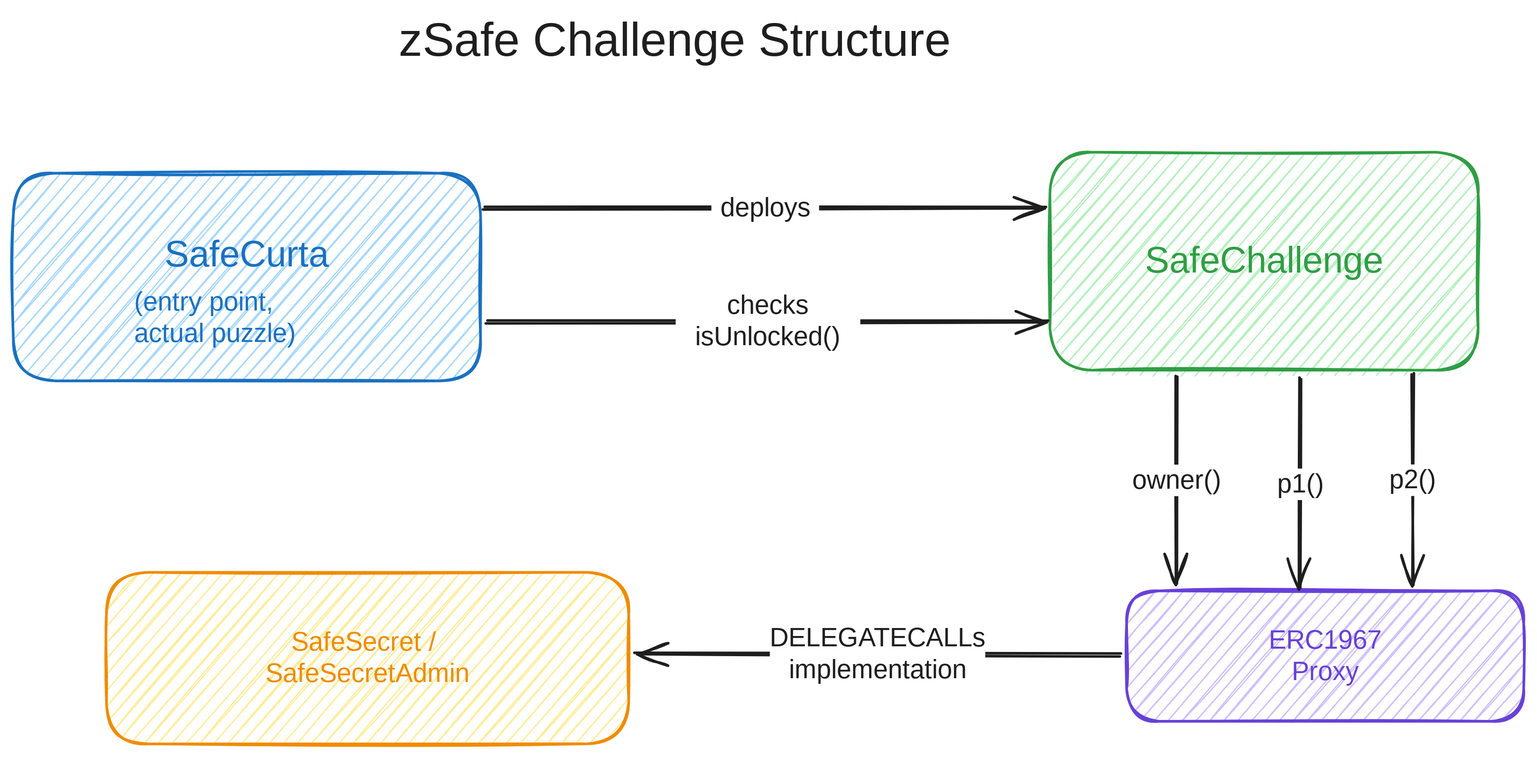
The Excalidraw diagram assets/images/zSafe-challenge-structure.svg in Philogy/philogy.github.io, before a commit. Source tidied: one line per element, renumbered; positions are measured from the earlier drawing's top-left corner, leaving out a move shared by most shapes.
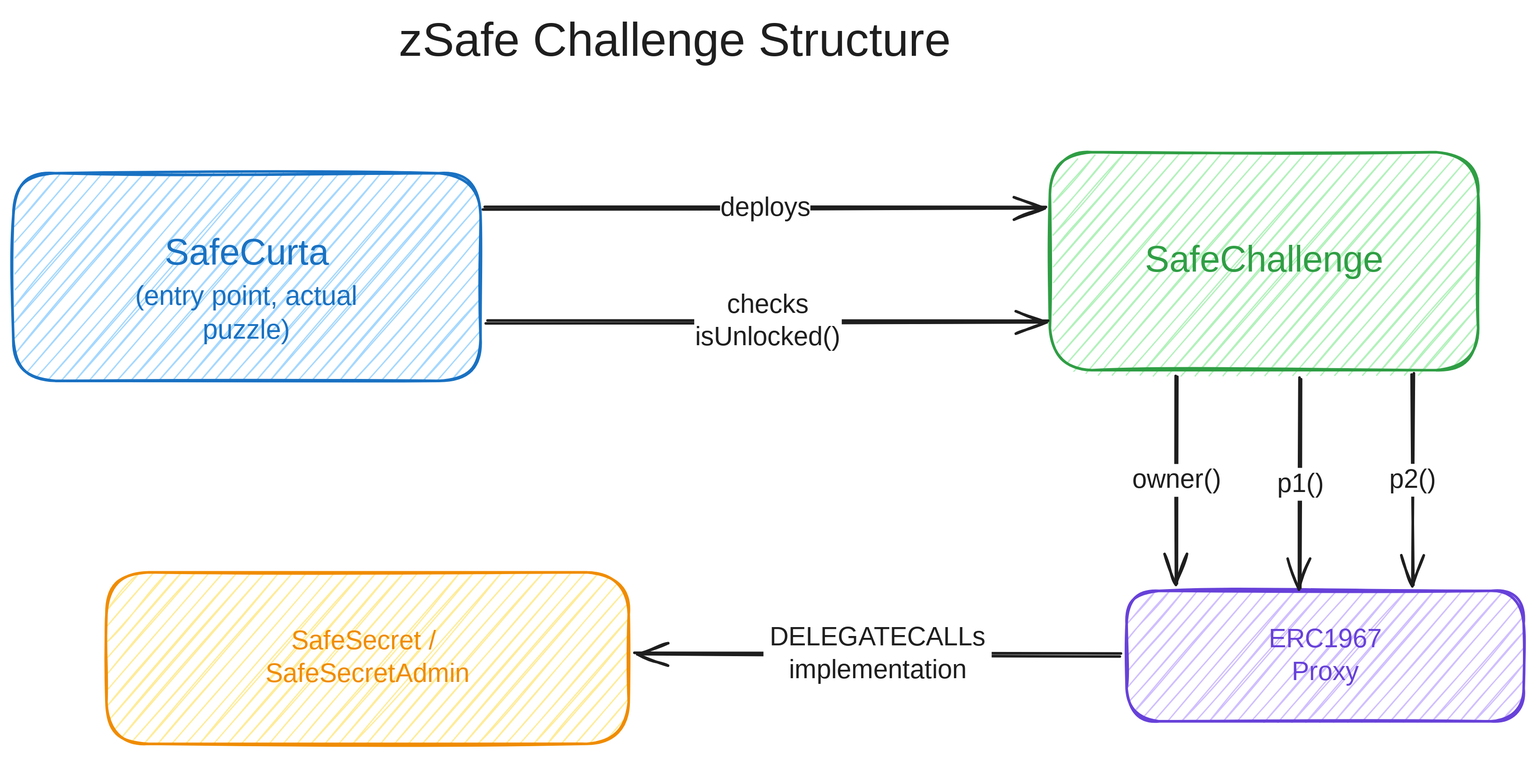
The same file after the commit.

Commit message:
🐛 Fix ugly diagram font

Diff of the diagram source:
```diff
@@ -1,22 +1,22 @@
-{"id": 0, "type": "text", "text": "zSafe Challenge Structure", "strokeColor": "#1e1e1e", "backgroundColor": "#ffec99", "fillStyle": "hachure", "strokeWidth": 2, "strokeStyle": "dashed", "roughness": 1, "fontSize": 36, "fontFamily": 3, "x": 293, "y": 0, "width": 527, "height": 43}
+{"id": 0, "type": "text", "text": "zSafe Challenge Structure", "strokeColor": "#1e1e1e", "backgroundColor": "#ffec99", "fillStyle": "hachure", "strokeWidth": 2, "strokeStyle": "dashed", "roughness": 1, "fontSize": 36, "fontFamily": 1, "x": 293, "y": 0, "width": 470, "height": 45}
 {"id": 1, "type": "rectangle", "strokeColor": "#1971c2", "backgroundColor": "#a5d8ff", "fillStyle": "hachure", "strokeWidth": 2, "roughness": 1, "round": true, "x": 0, "y": 122, "width": 356, "height": 158}
-{"id": 2, "type": "text", "text": "SafeCurta\n", "strokeColor": "#1971c2", "backgroundColor": "#b2f2bb", "fillStyle": "hachure", "strokeWidth": 2, "roughness": 1, "fontSize": 28, "fontFamily": 3, "textAlign": "center", "verticalAlign": "middle", "inside": 1, "x": 104, "y": 167, "width": 148, "height": 67}
+{"id": 2, "type": "text", "text": "SafeCurta\n", "strokeColor": "#1971c2", "backgroundColor": "#b2f2bb", "fillStyle": "hachure", "strokeWidth": 2, "roughness": 1, "fontSize": 28, "fontFamily": 1, "textAlign": "center", "verticalAlign": "middle", "inside": 1, "x": 105, "y": 166, "width": 145, "height": 70}
-{"id": 3, "type": "text", "text": "(entry point,\nactual puzzle)", "strokeColor": "#1971c2", "backgroundColor": "#b2f2bb", "fillStyle": "hachure", "strokeWidth": 2, "roughness": 1, "fontSize": 20, "fontFamily": 3, "x": 92, "y": 208, "width": 164, "height": 48}
+{"id": 3, "type": "text", "text": "(entry point, actual\npuzzle)", "strokeColor": "#1971c2", "backgroundColor": "#b2f2bb", "fillStyle": "hachure", "strokeWidth": 2, "roughness": 1, "fontSize": 20.59, "fontFamily": 1, "textAlign": "center", "x": 78, "y": 204, "width": 199, "height": 51}
 {"id": 4, "type": "rectangle", "strokeColor": "#2f9e44", "backgroundColor": "#b2f2bb", "fillStyle": "hachure", "strokeWidth": 2, "roughness": 1, "round": true, "x": 790, "y": 106, "width": 326, "height": 166}
-{"id": 5, "type": "text", "text": "SafeChallenge", "strokeColor": "#2f9e44", "backgroundColor": "#a5d8ff", "fillStyle": "hachure", "strokeWidth": 2, "roughness": 1, "fontSize": 28, "fontFamily": 3, "textAlign": "center", "verticalAlign": "middle", "inside": 4, "x": 846, "y": 172, "width": 213, "height": 34}
+{"id": 5, "type": "text", "text": "SafeChallenge", "strokeColor": "#2f9e44", "backgroundColor": "#a5d8ff", "fillStyle": "hachure", "strokeWidth": 2, "roughness": 1, "fontSize": 28, "fontFamily": 1, "textAlign": "center", "verticalAlign": "middle", "inside": 4, "x": 859, "y": 171, "width": 188, "height": 35}
 {"id": 6, "type": "arrow", "strokeColor": "#1e1e1e", "backgroundColor": "#b2f2bb", "fillStyle": "hachure", "strokeWidth": 2, "roughness": 1, "endArrowhead": "arrow", "round": true, "from": 1, "to": 4, "x": 359, "y": 149, "width": 428, "height": 0, "points": [[0, 0], [428, 0]]}
-{"id": 7, "type": "text", "text": "deploys", "strokeColor": "#1e1e1e", "backgroundColor": "#b2f2bb", "fillStyle": "hachure", "strokeWidth": 2, "roughness": 1, "fontSize": 20, "fontFamily": 3, "textAlign": "center", "verticalAlign": "middle", "inside": 6, "x": 519, "y": 130, "width": 82, "height": 24}
+{"id": 7, "type": "text", "text": "deploys", "strokeColor": "#1e1e1e", "backgroundColor": "#b2f2bb", "fillStyle": "hachure", "strokeWidth": 2, "roughness": 1, "fontSize": 20, "fontFamily": 1, "textAlign": "center", "verticalAlign": "middle", "inside": 6, "x": 538, "y": 136, "width": 69, "height": 25}
 {"id": 8, "type": "arrow", "strokeColor": "#1e1e1e", "backgroundColor": "#b2f2bb", "fillStyle": "hachure", "strokeWidth": 2, "roughness": 1, "endArrowhead": "arrow", "round": true, "from": 1, "to": 4, "x": 361, "y": 235, "width": 428, "height": 0, "points": [[0, 0], [428, 0]]}
-{"id": 9, "type": "text", "text": "checks\nisUnlocked()", "strokeColor": "#1e1e1e", "backgroundColor": "#b2f2bb", "fillStyle": "hachure", "strokeWidth": 2, "roughness": 1, "fontSize": 20, "fontFamily": 3, "textAlign": "center", "verticalAlign": "middle", "inside": 8, "x": 505, "y": 199, "width": 141, "height": 48}
+{"id": 9, "type": "text", "text": "checks\nisUnlocked()", "strokeColor": "#1e1e1e", "backgroundColor": "#b2f2bb", "fillStyle": "hachure", "strokeWidth": 2, "roughness": 1, "fontSize": 20, "fontFamily": 1, "textAlign": "center", "verticalAlign": "middle", "inside": 8, "x": 519, "y": 210, "width": 112, "height": 50}
 {"id": 10, "type": "rectangle", "strokeColor": "#6741d9", "backgroundColor": "#d0bfff", "fillStyle": "hachure", "strokeWidth": 2, "roughness": 1, "round": true, "x": 848, "y": 440, "width": 302, "height": 99}
-{"id": 11, "type": "text", "text": "ERC1967\nProxy", "strokeColor": "#6741d9", "backgroundColor": "#ffec99", "fillStyle": "hachure", "strokeWidth": 2, "roughness": 1, "fontSize": 20, "fontFamily": 3, "textAlign": "center", "verticalAlign": "middle", "inside": 10, "x": 958, "y": 466, "width": 82, "height": 48}
+{"id": 11, "type": "text", "text": "ERC1967\nProxy", "strokeColor": "#6741d9", "backgroundColor": "#ffec99", "fillStyle": "hachure", "strokeWidth": 2, "roughness": 1, "fontSize": 20, "fontFamily": 1, "textAlign": "center", "verticalAlign": "middle", "inside": 10, "x": 959, "y": 465, "width": 81, "height": 50}
 {"id": 12, "type": "arrow", "strokeColor": "#1e1e1e", "backgroundColor": "#ffec99", "fillStyle": "hachure", "strokeWidth": 2, "roughness": 1, "endArrowhead": "arrow", "round": true, "from": 4, "to": 10, "x": 886, "y": 276, "width": 0, "height": 160, "points": [[0, 0], [0, 160]]}
-{"id": 13, "type": "text", "text": "owner()", "strokeColor": "#1e1e1e", "backgroundColor": "#ffec99", "fillStyle": "hachure", "strokeWidth": 2, "roughness": 1, "fontSize": 20, "fontFamily": 3, "textAlign": "center", "verticalAlign": "middle", "inside": 12, "x": 857, "y": 344, "width": 82, "height": 24}
+{"id": 13, "type": "text", "text": "owner()", "strokeColor": "#1e1e1e", "backgroundColor": "#ffec99", "fillStyle": "hachure", "strokeWidth": 2, "roughness": 1, "fontSize": 20, "fontFamily": 1, "textAlign": "center", "verticalAlign": "middle", "inside": 12, "x": 852, "y": 343, "width": 67, "height": 25}
 {"id": 14, "type": "arrow", "strokeColor": "#1e1e1e", "backgroundColor": "#ffec99", "fillStyle": "hachure", "strokeWidth": 2, "roughness": 1, "endArrowhead": "arrow", "round": true, "from": 4, "to": 10, "x": 980, "y": 279, "width": 0, "height": 159, "points": [[0, 0], [0, 159]]}
-{"id": 15, "type": "text", "text": "p1()", "strokeColor": "#1e1e1e", "backgroundColor": "#ffec99", "fillStyle": "hachure", "strokeWidth": 2, "roughness": 1, "fontSize": 20, "fontFamily": 3, "textAlign": "center", "verticalAlign": "middle", "inside": 14, "x": 957, "y": 348, "width": 47, "height": 24}
+{"id": 15, "type": "text", "text": "p1()", "strokeColor": "#1e1e1e", "backgroundColor": "#ffec99", "fillStyle": "hachure", "strokeWidth": 2, "roughness": 1, "fontSize": 20, "fontFamily": 1, "textAlign": "center", "verticalAlign": "middle", "inside": 14, "x": 965, "y": 346, "width": 30, "height": 25}
 {"id": 16, "type": "arrow", "strokeColor": "#1e1e1e", "backgroundColor": "#ffec99", "fillStyle": "hachure", "strokeWidth": 2, "roughness": 1, "endArrowhead": "arrow", "round": true, "from": 4, "to": 10, "x": 1066, "y": 275, "width": 0, "height": 161, "points": [[0, 0], [0, 161]]}
-{"id": 17, "type": "text", "text": "p2()", "strokeColor": "#1e1e1e", "backgroundColor": "#ffec99", "fillStyle": "hachure", "strokeWidth": 2, "roughness": 1, "fontSize": 20, "fontFamily": 3, "textAlign": "center", "verticalAlign": "middle", "inside": 16, "x": 1047, "y": 345, "width": 47, "height": 24}
+{"id": 17, "type": "text", "text": "p2()", "strokeColor": "#1e1e1e", "backgroundColor": "#ffec99", "fillStyle": "hachure", "strokeWidth": 2, "roughness": 1, "fontSize": 20, "fontFamily": 1, "textAlign": "center", "verticalAlign": "middle", "inside": 16, "x": 1046, "y": 343, "width": 39, "height": 25}
 {"id": 18, "type": "rectangle", "strokeColor": "#f08c00", "backgroundColor": "#ffec99", "fillStyle": "hachure", "strokeWidth": 2, "roughness": 1, "round": true, "x": 71, "y": 426, "width": 398, "height": 131}
-{"id": 19, "type": "text", "text": "SafeSecret / \nSafeSecretAdmin", "strokeColor": "#f08c00", "backgroundColor": "#ffec99", "fillStyle": "hachure", "strokeWidth": 2, "roughness": 1, "fontSize": 20, "fontFamily": 3, "textAlign": "center", "verticalAlign": "middle", "inside": 18, "x": 182, "y": 467, "width": 176, "height": 48}
+{"id": 19, "type": "text", "text": "SafeSecret / \nSafeSecretAdmin", "strokeColor": "#f08c00", "backgroundColor": "#ffec99", "fillStyle": "hachure", "strokeWidth": 2, "roughness": 1, "fontSize": 20, "fontFamily": 1, "textAlign": "center", "verticalAlign": "middle", "inside": 18, "x": 189, "y": 466, "width": 161, "height": 50}
 {"id": 20, "type": "arrow", "strokeColor": "#1e1e1e", "backgroundColor": "#ffec99", "fillStyle": "hachure", "strokeWidth": 2, "roughness": 1, "endArrowhead": "arrow", "round": true, "from": 10, "to": 18, "x": 842, "y": 488, "width": 368, "height": 0, "points": [[0, 0], [-368, 0]]}
-{"id": 21, "type": "text", "text": "DELEGATECALLs\nimplementation", "strokeColor": "#1e1e1e", "backgroundColor": "#ffec99", "fillStyle": "hachure", "strokeWidth": 2, "roughness": 1, "fontSize": 20, "fontFamily": 3, "textAlign": "center", "verticalAlign": "middle", "inside": 20, "x": 917, "y": 597, "width": 164, "height": 48}
+{"id": 21, "type": "text", "text": "DELEGATECALLs\nimplementation", "strokeColor": "#1e1e1e", "backgroundColor": "#ffec99", "fillStyle": "hachure", "strokeWidth": 2, "roughness": 1, "fontSize": 20, "fontFamily": 1, "textAlign": "center", "verticalAlign": "middle", "inside": 20, "x": 571, "y": 463, "width": 174, "height": 50}
```
